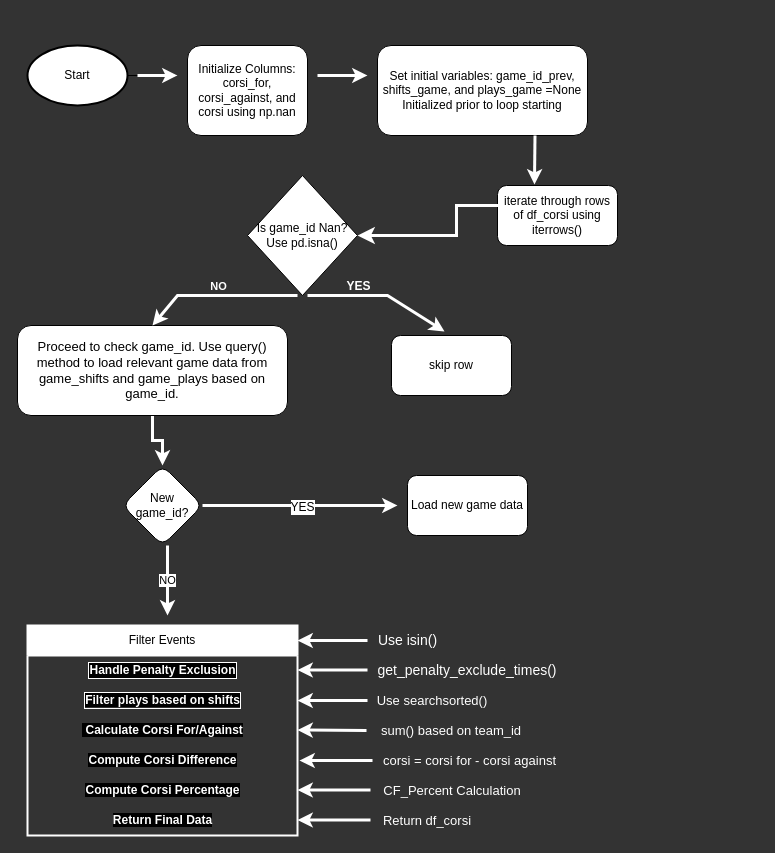
This is flowforcorsi.drawio from ewnike/cost_cup, a draw.io file, before an edit. Source tidied: cells renumbered, new cells numbered last; positions are measured from the earlier drawing's top-left corner, leaving out a move shared by most shapes. Both pictures are drawn from the tidied source at 100%, with x=0, y=0 at pixel (17, 45).
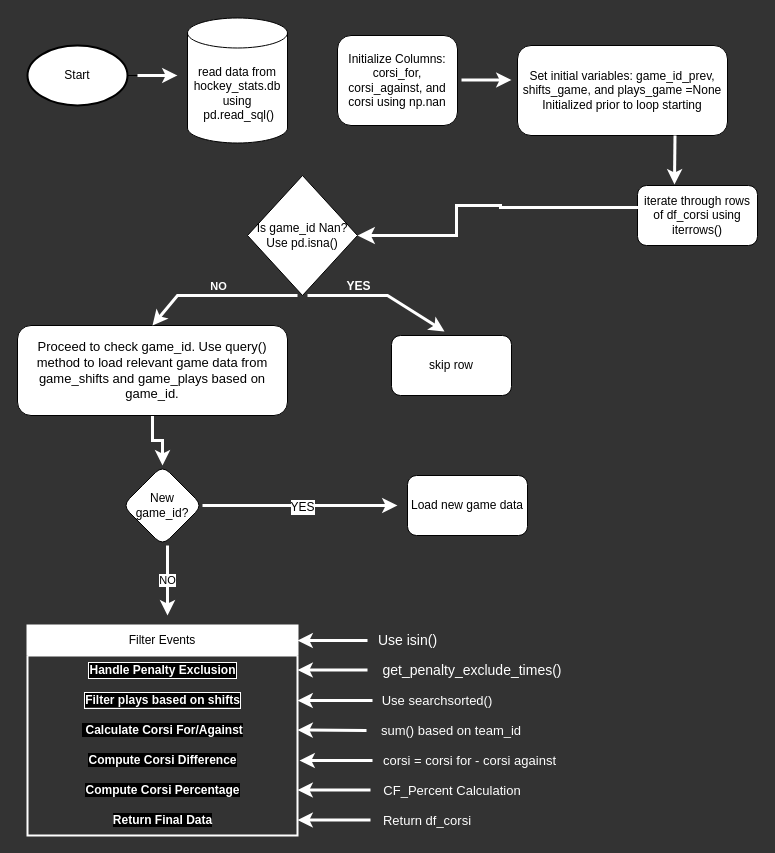
After the change.

The edit, as a diff of the source:
```diff
@@
     <mxCell id="3" value="Set initial variables: game_id_prev, shifts_game, and plays_game =None Initialized prior to loop starting" style="rounded=1;whiteSpace=wrap;html=1;fontSize=12;glass=0;strokeWidth=1;shadow=0;labelBackgroundColor=none;" parent="1" vertex="1">
-      <mxGeometry x="360" width="210" height="90" as="geometry" />
+      <mxGeometry x="500" width="210" height="90" as="geometry" />
     </mxCell>
@@
-    <mxCell id="6" style="endArrow=classic;html=1;rounded=0;labelBackgroundColor=none;fontColor=default;" parent="1" edge="1" source="8">
-      <mxGeometry relative="1" as="geometry">
-        <mxPoint x="280" y="20" as="targetPoint" />
-        <Array as="points">
-          <mxPoint x="170" y="20" />
-          <mxPoint x="240" y="20" />
-        </Array>
-      </mxGeometry>
-    </mxCell>
@@
     <mxCell id="8" value="Initialize Columns: corsi_for, corsi_against, and corsi using np.nan" style="rounded=1;whiteSpace=wrap;html=1;fontSize=12;glass=0;strokeWidth=1;shadow=0;labelBackgroundColor=none;" parent="1" vertex="1">
-      <mxGeometry x="170" width="120" height="90" as="geometry" />
+      <mxGeometry x="320" y="-10" width="120" height="90" as="geometry" />
     </mxCell>
     <mxCell id="9" value="iterate through rows of df_corsi using iterrows()" style="rounded=1;whiteSpace=wrap;html=1;labelBackgroundColor=none;" parent="1" vertex="1">
-      <mxGeometry x="480" y="140" width="120" height="60" as="geometry" />
+      <mxGeometry x="620" y="140" width="120" height="60" as="geometry" />
     </mxCell>
@@
     <mxCell id="27" style="edgeStyle=none;orthogonalLoop=1;jettySize=auto;html=1;rounded=0;labelBackgroundColor=none;fontColor=default;strokeWidth=3;strokeColor=#FFFFFF;" parent="1" edge="1">
       <mxGeometry relative="1" as="geometry">
-        <mxPoint x="300" y="30" as="sourcePoint" />
-        <mxPoint x="350" y="30" as="targetPoint" />
+        <mxPoint x="444" y="34.5" as="sourcePoint" />
+        <mxPoint x="494" y="34.5" as="targetPoint" />
       </mxGeometry>
     </mxCell>
@@
     <mxCell id="35" value="get_penalty_exclude_times()" style="text;html=1;align=center;verticalAlign=middle;whiteSpace=wrap;rounded=0;fontColor=#FFFFFF;fontSize=14;" parent="1" vertex="1">
-      <mxGeometry x="355" y="610" width="190" height="30" as="geometry" />
+      <mxGeometry x="360" y="610" width="190" height="30" as="geometry" />
     </mxCell>
@@
     <mxCell id="37" value="&lt;font style=&quot;font-size: 13px;&quot; color=&quot;#ffffff&quot;&gt;Use&amp;nbsp;&lt;/font&gt;&lt;font size=&quot;2&quot; color=&quot;#ffffff&quot;&gt;&lt;span style=&quot;caret-color: rgb(255, 255, 255);&quot;&gt;searchsorted()&lt;/span&gt;&lt;/font&gt;" style="text;html=1;align=center;verticalAlign=middle;whiteSpace=wrap;rounded=0;" parent="1" vertex="1">
-      <mxGeometry x="350" y="640" width="130" height="30" as="geometry" />
+      <mxGeometry x="355" y="640" width="130" height="30" as="geometry" />
     </mxCell>
@@
+    <mxCell id="47" value="read data from hockey_stats.db using &amp;nbsp;pd.read_sql()" style="shape=cylinder3;whiteSpace=wrap;html=1;boundedLbl=1;backgroundOutline=1;size=15;" parent="1" vertex="1">
+      <mxGeometry x="170" y="-27.5" width="100" height="125" as="geometry" />
+    </mxCell>
```
